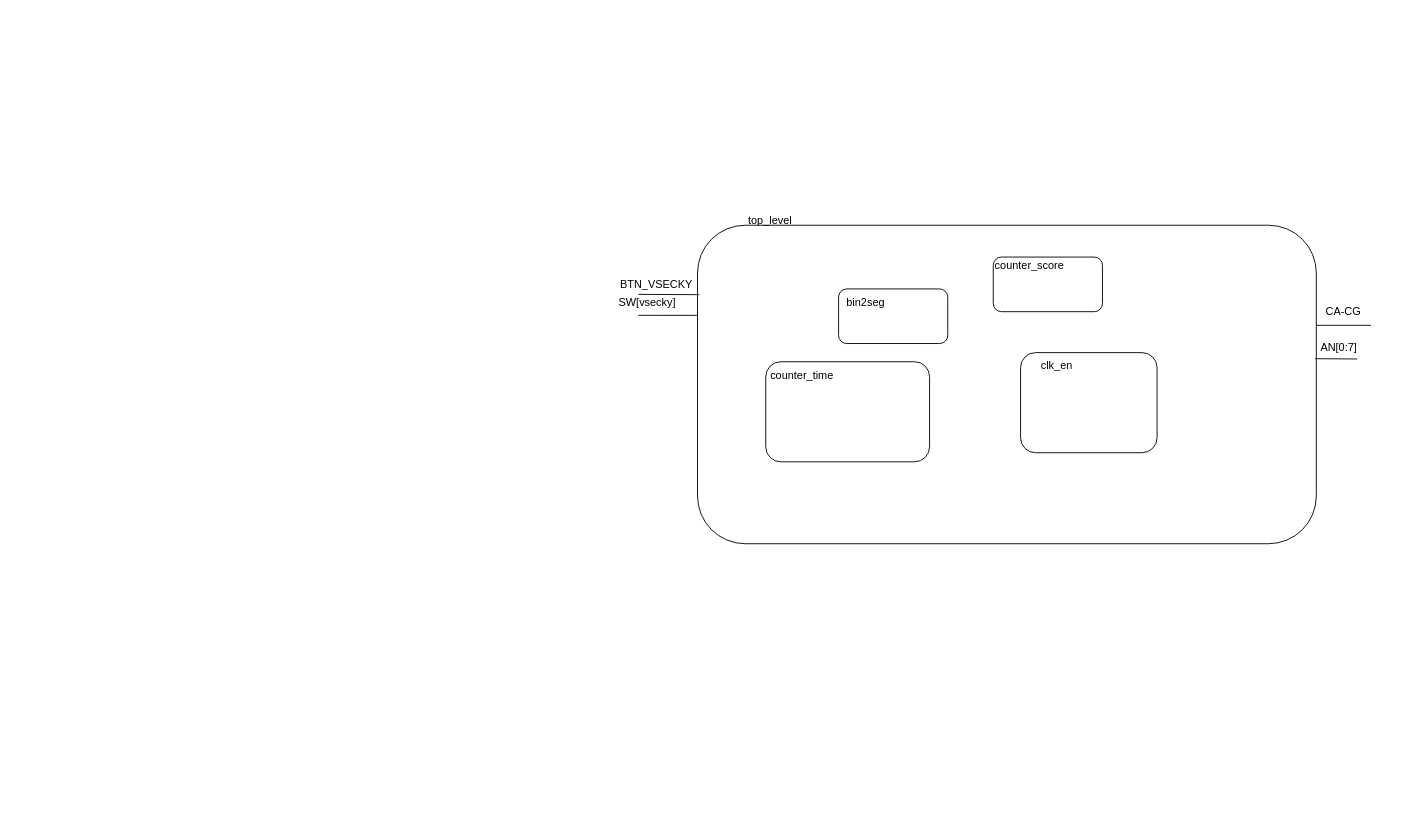
The draw.io diagram DE1.drawio.xml in xreinh01/DE1_VHDL_proj, before the edit. Source tidied: cells renumbered, new cells numbered last; positions are measured from the earlier drawing's top-left corner, leaving out a move shared by most shapes. Both pictures are drawn from the tidied source at 91%, with x=0, y=0 at pixel (620, 207).
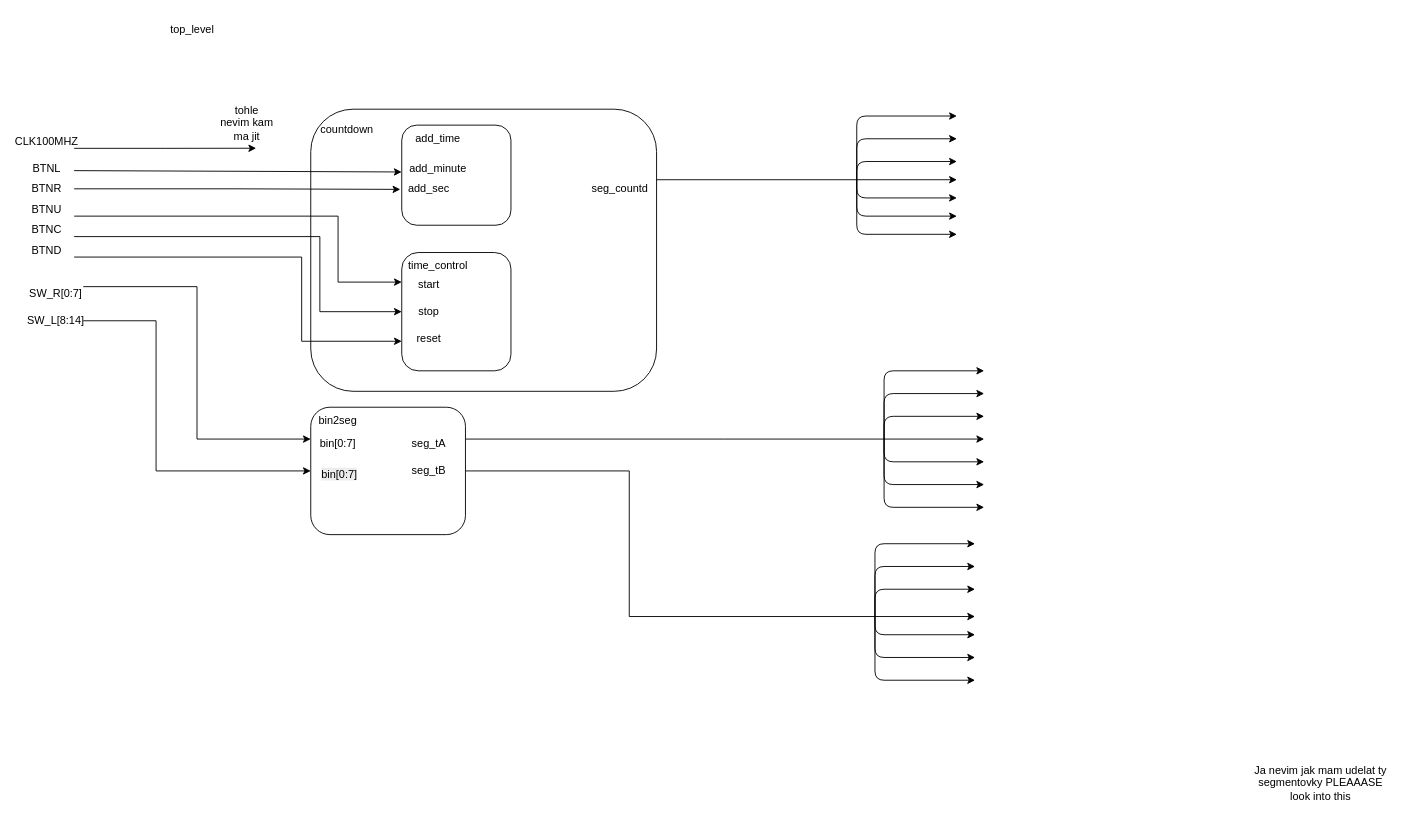
After the change.

What changed in the source:
```diff
@@
-    <mxCell id="2" style="rounded=1;whiteSpace=wrap;html=1;" parent="1" vertex="1">
-      <mxGeometry x="85" y="20" width="680" height="350" as="geometry" />
-    </mxCell>
     <mxCell id="3" value="top_level" style="text;html=1;align=center;verticalAlign=middle;whiteSpace=wrap;rounded=0;" parent="1" vertex="1">
-      <mxGeometry x="120" width="90" height="30" as="geometry" />
+      <mxGeometry x="-515" y="-210" width="90" height="30" as="geometry" />
     </mxCell>
-    <mxCell id="4" style="endArrow=none;html=1;rounded=0;exitX=0.003;exitY=0.218;exitDx=0;exitDy=0;exitPerimeter=0;" parent="1" edge="1" source="2">
-      <mxGeometry relative="1" as="geometry">
-        <mxPoint x="20" y="96" as="targetPoint" />
-      </mxGeometry>
-    </mxCell>
-    <mxCell id="5" style="endArrow=none;html=1;rounded=0;entryX=-0.001;entryY=0.283;entryDx=0;entryDy=0;entryPerimeter=0;" parent="1" edge="1" target="2">
-      <mxGeometry relative="1" as="geometry">
-        <mxPoint x="20" y="119" as="sourcePoint" />
-      </mxGeometry>
-    </mxCell>
+    <mxCell id="20" style="edgeStyle=orthogonalEdgeStyle;rounded=0;jettySize=auto;html=1;exitX=1;exitY=0.75;exitDx=0;exitDy=0;entryX=0;entryY=0.5;entryDx=0;entryDy=0;" parent="1" edge="1" source="6" target="34">
+      <mxGeometry relative="1" as="geometry">
+        <Array as="points">
+          <mxPoint x="-330" y="33" />
+          <mxPoint x="-330" y="115" />
+        </Array>
+      </mxGeometry>
+    </mxCell>
-    <mxCell id="6" value="BTN_VSECKY" style="text;html=1;align=center;verticalAlign=middle;whiteSpace=wrap;rounded=0;" parent="1" vertex="1">
-      <mxGeometry x="10" y="70" width="60" height="30" as="geometry" />
+    <mxCell id="6" value="BTNC" style="text;html=1;align=center;verticalAlign=middle;whiteSpace=wrap;rounded=0;" parent="1" vertex="1">
+      <mxGeometry x="-660" y="10" width="60" height="30" as="geometry" />
     </mxCell>
-    <mxCell id="7" value="SW[vsecky]" style="text;html=1;align=center;verticalAlign=middle;whiteSpace=wrap;rounded=0;" parent="1" vertex="1">
-      <mxGeometry y="90" width="60" height="30" as="geometry" />
+    <mxCell id="7" value="SW_R[0:7]" style="text;html=1;align=center;verticalAlign=middle;whiteSpace=wrap;rounded=0;" parent="1" vertex="1">
+      <mxGeometry x="-650" y="80" width="60" height="30" as="geometry" />
     </mxCell>
-    <mxCell id="8" style="endArrow=none;html=1;rounded=0;entryX=0.998;entryY=0.419;entryDx=0;entryDy=0;entryPerimeter=0;" parent="1" edge="1" target="2">
-      <mxGeometry relative="1" as="geometry">
-        <mxPoint x="810" y="167" as="sourcePoint" />
-      </mxGeometry>
-    </mxCell>
-    <mxCell id="9" value="AN[0:7]" style="text;html=1;align=center;verticalAlign=middle;whiteSpace=wrap;rounded=0;" parent="1" vertex="1">
-      <mxGeometry x="760" y="140" width="60" height="30" as="geometry" />
-    </mxCell>
-    <mxCell id="10" value="CA-CG" style="text;html=1;align=center;verticalAlign=middle;whiteSpace=wrap;rounded=0;" parent="1" vertex="1">
-      <mxGeometry x="765" y="100" width="60" height="30" as="geometry" />
-    </mxCell>
-    <mxCell id="11" style="endArrow=none;html=1;rounded=0;entryX=0;entryY=1;entryDx=0;entryDy=0;exitX=1;exitY=1;exitDx=0;exitDy=0;" parent="1" edge="1" source="10" target="10">
-      <mxGeometry relative="1" as="geometry" />
-    </mxCell>
-    <mxCell id="12" style="rounded=1;whiteSpace=wrap;html=1;" parent="1" vertex="1">
-      <mxGeometry x="440" y="160" width="150" height="110" as="geometry" />
-    </mxCell>
-    <mxCell id="13" value="clk_en" style="text;html=1;align=center;verticalAlign=middle;whiteSpace=wrap;rounded=0;" parent="1" vertex="1">
-      <mxGeometry x="450" y="160" width="60" height="30" as="geometry" />
-    </mxCell>
+    <mxCell id="21" style="edgeStyle=orthogonalEdgeStyle;rounded=0;jettySize=auto;html=1;exitX=1;exitY=0.25;exitDx=0;exitDy=0;" parent="1" edge="1" source="14">
+      <mxGeometry relative="1" as="geometry">
+        <mxPoint x="400" y="255" as="targetPoint" />
+      </mxGeometry>
+    </mxCell>
-    <mxCell id="14" style="rounded=1;whiteSpace=wrap;html=1;" parent="1" vertex="1">
-      <mxGeometry x="240" y="90" width="120" height="60" as="geometry" />
+    <mxCell id="14" value="&lt;br&gt;&lt;div&gt;&lt;br/&gt;&lt;/div&gt;" style="rounded=1;whiteSpace=wrap;html=1;" parent="1" vertex="1">
+      <mxGeometry x="-340" y="220" width="170" height="140" as="geometry" />
     </mxCell>
     <mxCell id="15" value="bin2seg" style="text;html=1;align=center;verticalAlign=middle;whiteSpace=wrap;rounded=0;" parent="1" vertex="1">
-      <mxGeometry x="240" y="90" width="60" height="30" as="geometry" />
+      <mxGeometry x="-340" y="220" width="60" height="30" as="geometry" />
     </mxCell>
-    <mxCell id="16" style="rounded=1;whiteSpace=wrap;html=1;" parent="1" vertex="1">
-      <mxGeometry x="160" y="170" width="180" height="110" as="geometry" />
-    </mxCell>
-    <mxCell id="17" value="counter_time" style="text;html=1;align=center;verticalAlign=middle;whiteSpace=wrap;rounded=0;" parent="1" vertex="1">
-      <mxGeometry x="170" y="170" width="60" height="30" as="geometry" />
-    </mxCell>
-    <mxCell id="18" style="rounded=1;whiteSpace=wrap;html=1;" parent="1" vertex="1">
-      <mxGeometry x="410" y="55" width="120" height="60" as="geometry" />
-    </mxCell>
-    <mxCell id="19" value="counter_score" style="text;html=1;align=center;verticalAlign=middle;whiteSpace=wrap;rounded=0;" parent="1" vertex="1">
-      <mxGeometry x="420" y="50" width="60" height="30" as="geometry" />
-    </mxCell>
+    <mxCell id="22" value="BTNR" style="text;html=1;align=center;verticalAlign=middle;whiteSpace=wrap;rounded=0;" parent="1" vertex="1">
+      <mxGeometry x="-660" y="-32.5" width="60" height="25" as="geometry" />
+    </mxCell>
+    <mxCell id="23" value="BTNL" style="text;html=1;align=center;verticalAlign=middle;whiteSpace=wrap;rounded=0;" parent="1" vertex="1">
+      <mxGeometry x="-660" y="-52.5" width="60" height="20" as="geometry" />
+    </mxCell>
+    <mxCell id="24" style="edgeStyle=orthogonalEdgeStyle;rounded=0;jettySize=auto;html=1;exitX=1;exitY=0.75;exitDx=0;exitDy=0;entryX=0;entryY=0.25;entryDx=0;entryDy=0;" parent="1" edge="1" source="25" target="34">
+      <mxGeometry relative="1" as="geometry">
+        <Array as="points">
+          <mxPoint x="-310" y="10" />
+          <mxPoint x="-310" y="83" />
+        </Array>
+      </mxGeometry>
+    </mxCell>
+    <mxCell id="25" value="BTNU" style="text;html=1;align=center;verticalAlign=middle;whiteSpace=wrap;rounded=0;" parent="1" vertex="1">
+      <mxGeometry x="-660" y="-12.5" width="60" height="30" as="geometry" />
+    </mxCell>
+    <mxCell id="26" style="edgeStyle=orthogonalEdgeStyle;rounded=0;jettySize=auto;html=1;exitX=1;exitY=0.75;exitDx=0;exitDy=0;entryX=0;entryY=0.75;entryDx=0;entryDy=0;" parent="1" edge="1" source="27" target="34">
+      <mxGeometry relative="1" as="geometry">
+        <Array as="points">
+          <mxPoint x="-350" y="55" />
+          <mxPoint x="-350" y="148" />
+        </Array>
+      </mxGeometry>
+    </mxCell>
+    <mxCell id="27" value="BTND" style="text;html=1;align=center;verticalAlign=middle;whiteSpace=wrap;rounded=0;" parent="1" vertex="1">
+      <mxGeometry x="-660" y="32.5" width="60" height="30" as="geometry" />
+    </mxCell>
+    <mxCell id="28" value="SW_L[8:14]" style="text;html=1;align=center;verticalAlign=middle;whiteSpace=wrap;rounded=0;" parent="1" vertex="1">
+      <mxGeometry x="-650" y="110" width="60" height="30" as="geometry" />
+    </mxCell>
+    <mxCell id="29" style="edgeStyle=orthogonalEdgeStyle;rounded=0;jettySize=auto;html=1;exitX=1;exitY=0.25;exitDx=0;exitDy=0;entryX=0;entryY=0.25;entryDx=0;entryDy=0;endArrow=classic;endFill=1;startFill=0;" parent="1" edge="1" source="7" target="14">
+      <mxGeometry relative="1" as="geometry" />
+    </mxCell>
+    <mxCell id="30" style="edgeStyle=orthogonalEdgeStyle;rounded=0;jettySize=auto;html=1;exitX=1;exitY=0.5;exitDx=0;exitDy=0;entryX=0;entryY=0.5;entryDx=0;entryDy=0;endArrow=classic;endFill=1;startFill=0;" parent="1" edge="1" source="28" target="14">
+      <mxGeometry relative="1" as="geometry">
+        <Array as="points">
+          <mxPoint x="-510" y="125" />
+          <mxPoint x="-510" y="290" />
+        </Array>
+      </mxGeometry>
+    </mxCell>
+    <mxCell id="31" style="rounded=1;whiteSpace=wrap;html=1;fillColor=none;" parent="1" vertex="1">
+      <mxGeometry x="-340" y="-107.5" width="380" height="310" as="geometry" />
+    </mxCell>
+    <mxCell id="32" value="countdown" style="text;html=1;align=center;verticalAlign=middle;whiteSpace=wrap;rounded=0;" parent="1" vertex="1">
+      <mxGeometry x="-330" y="-100" width="60" height="30" as="geometry" />
+    </mxCell>
+    <mxCell id="33" style="rounded=1;whiteSpace=wrap;html=1;" parent="1" vertex="1">
+      <mxGeometry x="-240" y="-90" width="120" height="110" as="geometry" />
+    </mxCell>
+    <mxCell id="34" style="rounded=1;whiteSpace=wrap;html=1;" parent="1" vertex="1">
+      <mxGeometry x="-240" y="50" width="120" height="130" as="geometry" />
+    </mxCell>
+    <mxCell id="35" value="add_time" style="text;html=1;align=center;verticalAlign=middle;whiteSpace=wrap;rounded=0;" parent="1" vertex="1">
+      <mxGeometry x="-230" y="-90" width="60" height="30" as="geometry" />
+    </mxCell>
+    <mxCell id="36" value="time_control" style="text;html=1;align=center;verticalAlign=middle;whiteSpace=wrap;rounded=0;" parent="1" vertex="1">
+      <mxGeometry x="-230" y="50" width="60" height="30" as="geometry" />
+    </mxCell>
+    <mxCell id="37" style="edgeStyle=orthogonalEdgeStyle;rounded=0;jettySize=auto;html=1;exitX=1;exitY=0.5;exitDx=0;exitDy=0;entryX=-0.013;entryY=0.642;entryDx=0;entryDy=0;entryPerimeter=0;" parent="1" edge="1" source="22" target="33">
+      <mxGeometry relative="1" as="geometry" />
+    </mxCell>
+    <mxCell id="38" style="rounded=0;jettySize=auto;html=1;entryX=-0.001;entryY=0.468;entryDx=0;entryDy=0;entryPerimeter=0;" parent="1" edge="1" target="33">
+      <mxGeometry relative="1" as="geometry">
+        <mxPoint x="-600" y="-40" as="sourcePoint" />
+      </mxGeometry>
+    </mxCell>
+    <mxCell id="39" value="add_minute" style="text;html=1;align=center;verticalAlign=middle;whiteSpace=wrap;rounded=0;" parent="1" vertex="1">
+      <mxGeometry x="-230" y="-57.5" width="60" height="30" as="geometry" />
+    </mxCell>
+    <mxCell id="40" value="add_sec" style="text;html=1;align=center;verticalAlign=middle;whiteSpace=wrap;rounded=0;" parent="1" vertex="1">
+      <mxGeometry x="-240" y="-35" width="60" height="30" as="geometry" />
+    </mxCell>
+    <mxCell id="41" value="start" style="text;html=1;align=center;verticalAlign=middle;whiteSpace=wrap;rounded=0;" parent="1" vertex="1">
+      <mxGeometry x="-240" y="70" width="60" height="30" as="geometry" />
+    </mxCell>
+    <mxCell id="42" value="stop" style="text;html=1;align=center;verticalAlign=middle;whiteSpace=wrap;rounded=0;" parent="1" vertex="1">
+      <mxGeometry x="-240" y="100" width="60" height="30" as="geometry" />
+    </mxCell>
+    <mxCell id="43" value="reset" style="text;html=1;align=center;verticalAlign=middle;whiteSpace=wrap;rounded=0;" parent="1" vertex="1">
+      <mxGeometry x="-240" y="130" width="60" height="30" as="geometry" />
+    </mxCell>
+    <mxCell id="44" style="edgeStyle=orthogonalEdgeStyle;rounded=0;jettySize=auto;html=1;exitX=1;exitY=0.75;exitDx=0;exitDy=0;" parent="1" edge="1" source="45">
+      <mxGeometry relative="1" as="geometry">
+        <mxPoint x="-400" y="-64.6" as="targetPoint" />
+      </mxGeometry>
+    </mxCell>
+    <mxCell id="45" value="CLK100MHZ" style="text;html=1;align=center;verticalAlign=middle;whiteSpace=wrap;rounded=0;" parent="1" vertex="1">
+      <mxGeometry x="-660" y="-87" width="60" height="30" as="geometry" />
+    </mxCell>
+    <mxCell id="46" value="bin[0:7]" style="text;html=1;align=center;verticalAlign=middle;whiteSpace=wrap;rounded=0;" parent="1" vertex="1">
+      <mxGeometry x="-340" y="245" width="60" height="30" as="geometry" />
+    </mxCell>
+    <mxCell id="47" value="&lt;span style=&quot;color: rgb(0, 0, 0); font-family: Helvetica; font-size: 12px; font-style: normal; font-variant-ligatures: normal; font-variant-caps: normal; font-weight: 400; letter-spacing: normal; orphans: 2; text-align: center; text-indent: 0px; text-transform: none; widows: 2; word-spacing: 0px; -webkit-text-stroke-width: 0px; white-space: normal; background-color: rgb(236, 236, 236); text-decoration-thickness: initial; text-decoration-style: initial; text-decoration-color: initial; float: none; display: inline !important;&quot;&gt;bin[0:7]&lt;/span&gt;" style="text;whiteSpace=wrap;html=1;" parent="1" vertex="1">
+      <mxGeometry x="-330" y="280" width="60" height="40" as="geometry" />
+    </mxCell>
+    <mxCell id="48" style="edgeStyle=orthogonalEdgeStyle;rounded=0;orthogonalLoop=1;jettySize=auto;html=1;exitX=0.5;exitY=1;exitDx=0;exitDy=0;" parent="1" edge="1" source="46" target="46">
+      <mxGeometry relative="1" as="geometry" />
+    </mxCell>
+    <mxCell id="49" value="seg_tA" style="text;html=1;align=center;verticalAlign=middle;whiteSpace=wrap;rounded=0;" parent="1" vertex="1">
+      <mxGeometry x="-240" y="245" width="60" height="30" as="geometry" />
+    </mxCell>
+    <mxCell id="50" value="seg_tB" style="text;html=1;align=center;verticalAlign=middle;whiteSpace=wrap;rounded=0;" parent="1" vertex="1">
+      <mxGeometry x="-240" y="275" width="60" height="30" as="geometry" />
+    </mxCell>
+    <mxCell id="51" style="endArrow=classic;html=1;rounded=1;startArrow=classic;startFill=1;edgeStyle=orthogonalEdgeStyle;curved=0;jumpSize=5;flowAnimation=0;shadow=0;" parent="1" edge="1">
+      <mxGeometry relative="1" as="geometry">
+        <mxPoint x="400" y="330" as="sourcePoint" />
+        <mxPoint x="400" y="180" as="targetPoint" />
+        <Array as="points">
+          <mxPoint x="290" y="330" />
+          <mxPoint x="290" y="180" />
+          <mxPoint x="400" y="180" />
+        </Array>
+      </mxGeometry>
+    </mxCell>
+    <mxCell id="52" style="endArrow=classic;html=1;rounded=1;startArrow=classic;startFill=1;edgeStyle=orthogonalEdgeStyle;curved=0;jumpSize=5;flowAnimation=0;shadow=0;" parent="1" edge="1">
+      <mxGeometry relative="1" as="geometry">
+        <mxPoint x="400" y="305" as="sourcePoint" />
+        <mxPoint x="400" y="205" as="targetPoint" />
+        <Array as="points">
+          <mxPoint x="400" y="305" />
+          <mxPoint x="290" y="305" />
+          <mxPoint x="290" y="205" />
+        </Array>
+      </mxGeometry>
+    </mxCell>
+    <mxCell id="53" style="endArrow=classic;html=1;rounded=1;startArrow=classic;startFill=1;edgeStyle=orthogonalEdgeStyle;curved=0;jumpSize=5;flowAnimation=0;shadow=0;" parent="1" edge="1">
+      <mxGeometry relative="1" as="geometry">
+        <mxPoint x="400" y="280" as="sourcePoint" />
+        <mxPoint x="400" y="230" as="targetPoint" />
+        <Array as="points">
+          <mxPoint x="290" y="280" />
+          <mxPoint x="290" y="230" />
+        </Array>
+      </mxGeometry>
+    </mxCell>
+    <mxCell id="54" style="endArrow=classic;html=1;rounded=0;exitX=1;exitY=0.5;exitDx=0;exitDy=0;edgeStyle=orthogonalEdgeStyle;" parent="1" edge="1" source="14">
+      <mxGeometry relative="1" as="geometry">
+        <mxPoint x="390" y="450" as="targetPoint" />
+        <Array as="points">
+          <mxPoint x="10" y="290" />
+          <mxPoint x="10" y="450" />
+        </Array>
+      </mxGeometry>
+    </mxCell>
+    <mxCell id="55" style="endArrow=classic;html=1;rounded=1;startArrow=classic;startFill=1;edgeStyle=orthogonalEdgeStyle;curved=0;jumpSize=0;flowAnimation=0;shadow=0;strokeWidth=1;jumpStyle=none;noJump=0;" parent="1" edge="1">
+      <mxGeometry relative="1" as="geometry">
+        <mxPoint x="390" y="520" as="sourcePoint" />
+        <mxPoint x="390" y="370" as="targetPoint" />
+        <Array as="points">
+          <mxPoint x="280" y="520" />
+          <mxPoint x="280" y="370" />
+          <mxPoint x="390" y="370" />
+        </Array>
+      </mxGeometry>
+    </mxCell>
+    <mxCell id="56" style="endArrow=classic;html=1;rounded=1;startArrow=classic;startFill=1;edgeStyle=orthogonalEdgeStyle;curved=0;jumpSize=0;flowAnimation=0;shadow=0;strokeWidth=1;jumpStyle=none;noJump=0;" parent="1" edge="1">
+      <mxGeometry relative="1" as="geometry">
+        <mxPoint x="390" y="495" as="sourcePoint" />
+        <mxPoint x="390" y="395" as="targetPoint" />
+        <Array as="points">
+          <mxPoint x="390" y="495" />
+          <mxPoint x="280" y="495" />
+          <mxPoint x="280" y="395" />
+        </Array>
+      </mxGeometry>
+    </mxCell>
+    <mxCell id="57" style="endArrow=classic;html=1;rounded=1;startArrow=classic;startFill=1;edgeStyle=orthogonalEdgeStyle;curved=0;jumpSize=0;flowAnimation=0;shadow=0;strokeWidth=1;jumpStyle=none;noJump=0;" parent="1" edge="1">
+      <mxGeometry relative="1" as="geometry">
+        <mxPoint x="390" y="470" as="sourcePoint" />
+        <mxPoint x="390" y="420" as="targetPoint" />
+        <Array as="points">
+          <mxPoint x="280" y="470" />
+          <mxPoint x="280" y="420" />
+        </Array>
+      </mxGeometry>
+    </mxCell>
+    <mxCell id="58" value="seg_countd" style="text;html=1;align=center;verticalAlign=middle;whiteSpace=wrap;rounded=0;" parent="1" vertex="1">
+      <mxGeometry x="-30" y="-35" width="60" height="30" as="geometry" />
+    </mxCell>
+    <mxCell id="59" style="endArrow=classic;html=1;rounded=0;exitX=1;exitY=0.25;exitDx=0;exitDy=0;" parent="1" edge="1" source="31">
+      <mxGeometry relative="1" as="geometry">
+        <mxPoint x="370" y="-30" as="targetPoint" />
+      </mxGeometry>
+    </mxCell>
+    <mxCell id="60" style="endArrow=classic;html=1;rounded=1;startArrow=classic;startFill=1;edgeStyle=orthogonalEdgeStyle;curved=0;jumpSize=0;flowAnimation=0;shadow=0;strokeWidth=1;jumpStyle=none;noJump=0;" parent="1" edge="1">
+      <mxGeometry relative="1" as="geometry">
+        <mxPoint x="370" y="30" as="sourcePoint" />
+        <mxPoint x="370" y="-100" as="targetPoint" />
+        <Array as="points">
+          <mxPoint x="260" y="30" />
+          <mxPoint x="260" y="-100" />
+        </Array>
+      </mxGeometry>
+    </mxCell>
+    <mxCell id="61" style="endArrow=classic;html=1;rounded=1;startArrow=classic;startFill=1;edgeStyle=orthogonalEdgeStyle;curved=0;jumpSize=0;flowAnimation=0;shadow=0;strokeWidth=1;jumpStyle=none;noJump=0;" parent="1" edge="1">
+      <mxGeometry relative="1" as="geometry">
+        <mxPoint x="370" y="10" as="sourcePoint" />
+        <mxPoint x="370" y="-75" as="targetPoint" />
+        <Array as="points">
+          <mxPoint x="260" y="10" />
+          <mxPoint x="260" y="-75" />
+        </Array>
+      </mxGeometry>
+    </mxCell>
+    <mxCell id="62" style="endArrow=classic;html=1;rounded=1;startArrow=classic;startFill=1;edgeStyle=orthogonalEdgeStyle;curved=0;jumpSize=0;flowAnimation=0;shadow=0;strokeWidth=1;jumpStyle=none;noJump=0;" parent="1" edge="1">
+      <mxGeometry relative="1" as="geometry">
+        <mxPoint x="370" y="-10" as="sourcePoint" />
+        <mxPoint x="370" y="-50" as="targetPoint" />
+        <Array as="points">
+          <mxPoint x="370" y="-10" />
+          <mxPoint x="260" y="-10" />
+          <mxPoint x="260" y="-50" />
+        </Array>
+      </mxGeometry>
+    </mxCell>
+    <mxCell id="63" value="Ja nevim jak mam udelat ty segmentovky PLEAAASE look into this&lt;div&gt;&lt;br&gt;&lt;/div&gt;" style="text;html=1;align=center;verticalAlign=middle;whiteSpace=wrap;rounded=0;" parent="1" vertex="1">
+      <mxGeometry x="690" y="610" width="160" height="60" as="geometry" />
+    </mxCell>
+    <mxCell id="64" value="tohle nevim kam ma jit" style="text;html=1;align=center;verticalAlign=middle;whiteSpace=wrap;rounded=0;" parent="1" vertex="1">
+      <mxGeometry x="-440" y="-107.5" width="60" height="30" as="geometry" />
+    </mxCell>
```
